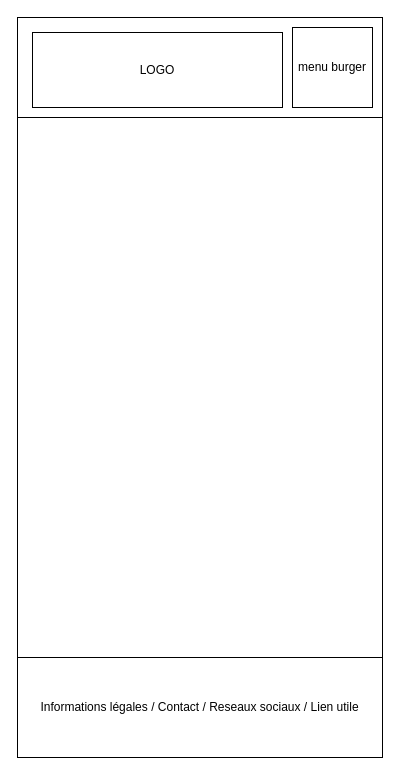
The draw.io diagram page "Mon compte" (4 of 6) of doc/wirefrime_mobile.drawio in SeguierJonathan/ZombieLand, before the edit. Source tidied: cells renumbered, new cells numbered last; positions are measured from the earlier drawing's top-left corner, leaving out a move shared by most shapes. Both pictures are drawn from the tidied source at 100%, with x=0, y=0 at pixel (17, 17).
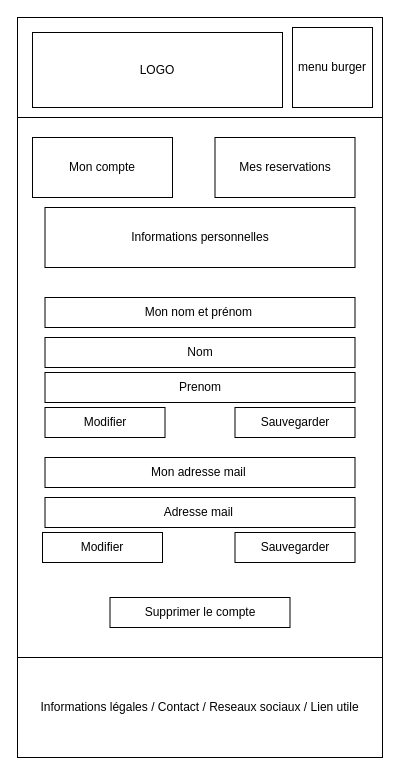
The same page after the edit.

The edit, as a diff of the source:
```diff
@@
 <mxGraphModel>
   <root>
     <mxCell id="0" />
     <mxCell id="1" parent="0" />
     <mxCell id="2" style="rounded=0;whiteSpace=wrap;html=1;" parent="1" vertex="1">
       <mxGeometry width="365" height="740" as="geometry" />
     </mxCell>
     <mxCell id="3" value="Informations légales / Contact / Reseaux sociaux / Lien utile" style="rounded=0;whiteSpace=wrap;html=1;" parent="1" vertex="1">
       <mxGeometry y="640" width="365" height="100" as="geometry" />
     </mxCell>
     <mxCell id="4" style="rounded=0;whiteSpace=wrap;html=1;" parent="1" vertex="1">
       <mxGeometry width="365" height="100" as="geometry" />
     </mxCell>
     <mxCell id="5" value="LOGO" style="rounded=0;whiteSpace=wrap;html=1;" parent="1" vertex="1">
       <mxGeometry x="15" y="15" width="250" height="75" as="geometry" />
     </mxCell>
     <mxCell id="6" value="menu burger" style="rounded=0;whiteSpace=wrap;html=1;" parent="1" vertex="1">
       <mxGeometry x="275" y="10" width="80" height="80" as="geometry" />
     </mxCell>
+    <mxCell id="7" value="Informations personnelles" style="rounded=0;whiteSpace=wrap;html=1;" parent="1" vertex="1">
+      <mxGeometry x="27.5" y="190" width="310" height="60" as="geometry" />
+    </mxCell>
+    <mxCell id="8" value="Mon nom et prénom&amp;nbsp;" style="rounded=0;whiteSpace=wrap;html=1;" parent="1" vertex="1">
+      <mxGeometry x="27.5" y="280" width="310" height="30" as="geometry" />
+    </mxCell>
+    <mxCell id="9" value="Mon adresse mail&amp;nbsp;" style="rounded=0;whiteSpace=wrap;html=1;" parent="1" vertex="1">
+      <mxGeometry x="27.5" y="440" width="310" height="30" as="geometry" />
+    </mxCell>
+    <mxCell id="10" value="Adresse mail&amp;nbsp;" style="rounded=0;whiteSpace=wrap;html=1;" parent="1" vertex="1">
+      <mxGeometry x="27.5" y="480" width="310" height="30" as="geometry" />
+    </mxCell>
+    <mxCell id="11" value="Nom" style="rounded=0;whiteSpace=wrap;html=1;" parent="1" vertex="1">
+      <mxGeometry x="27.5" y="320" width="310" height="30" as="geometry" />
+    </mxCell>
+    <mxCell id="12" value="Mon compte" style="rounded=0;whiteSpace=wrap;html=1;" parent="1" vertex="1">
+      <mxGeometry x="15" y="120" width="140" height="60" as="geometry" />
+    </mxCell>
+    <mxCell id="13" value="Modifier" style="rounded=0;whiteSpace=wrap;html=1;" parent="1" vertex="1">
+      <mxGeometry x="27.5" y="390" width="120" height="30" as="geometry" />
+    </mxCell>
+    <mxCell id="14" value="Modifier" style="rounded=0;whiteSpace=wrap;html=1;" parent="1" vertex="1">
+      <mxGeometry x="25" y="515" width="120" height="30" as="geometry" />
+    </mxCell>
+    <mxCell id="15" value="Supprimer le compte" style="rounded=0;whiteSpace=wrap;html=1;" parent="1" vertex="1">
+      <mxGeometry x="92.5" y="580" width="180" height="30" as="geometry" />
+    </mxCell>
+    <mxCell id="16" value="Prenom" style="rounded=0;whiteSpace=wrap;html=1;" parent="1" vertex="1">
+      <mxGeometry x="27.5" y="355" width="310" height="30" as="geometry" />
+    </mxCell>
+    <mxCell id="17" value="Sauvegarder" style="rounded=0;whiteSpace=wrap;html=1;" parent="1" vertex="1">
+      <mxGeometry x="217.5" y="390" width="120" height="30" as="geometry" />
+    </mxCell>
+    <mxCell id="18" value="Sauvegarder" style="rounded=0;whiteSpace=wrap;html=1;" parent="1" vertex="1">
+      <mxGeometry x="217.5" y="515" width="120" height="30" as="geometry" />
+    </mxCell>
+    <mxCell id="19" value="Mes reservations" style="rounded=0;whiteSpace=wrap;html=1;" parent="1" vertex="1">
+      <mxGeometry x="197.5" y="120" width="140" height="60" as="geometry" />
+    </mxCell>
   </root>
 </mxGraphModel>
```
